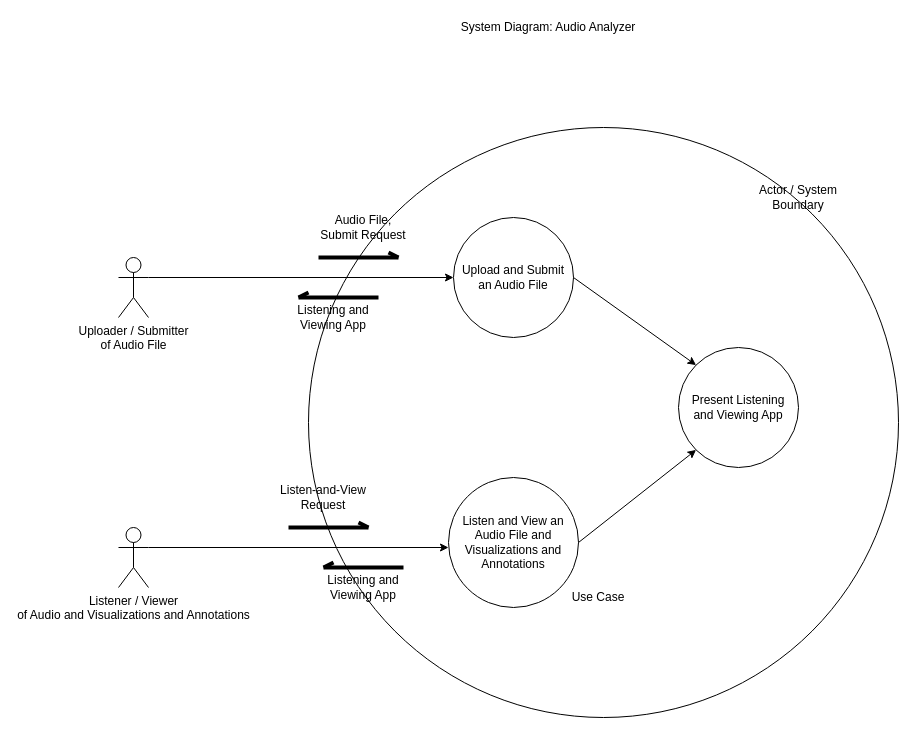
The draw.io diagram System_Diagram--Audio_Analyzer.drawio in tslever/Audio_Analyzer, before the edit. Source tidied: cells renumbered, new cells numbered last; positions are measured from the earlier drawing's top-left corner, leaving out a move shared by most shapes. Both pictures are drawn from the tidied source at 100%, with x=0, y=0 at pixel (118, 17).
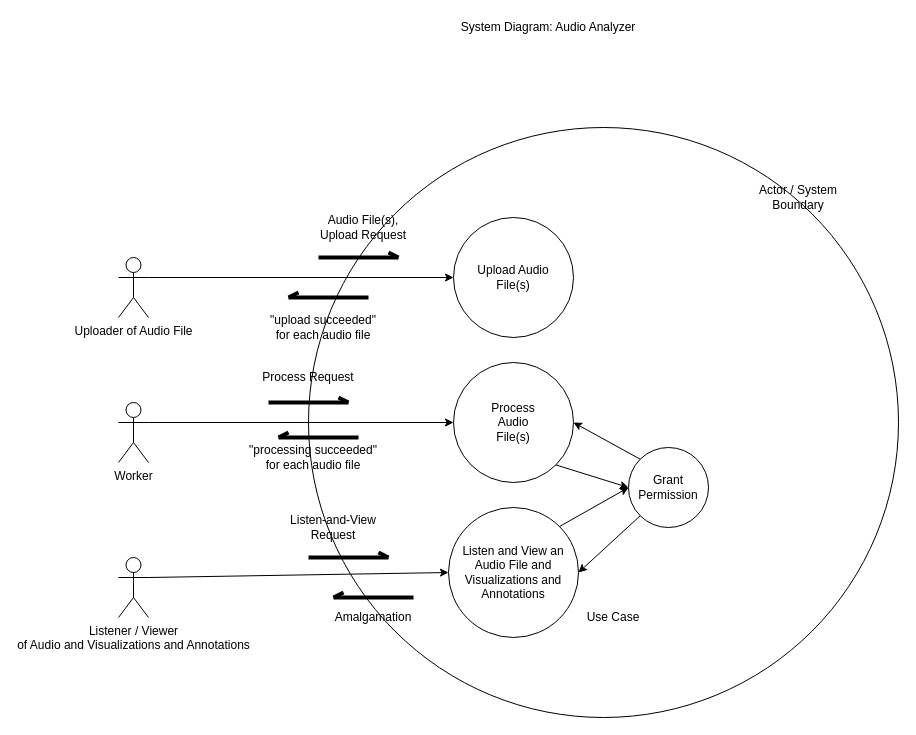
The same diagram, later.

Commit message:
Update System_Diagram

to include Uploader, Worker, and Listener / Viewer, inputs audio file(s) and requests, outputs status messages and amalgamation, use cases Upload, Process, and Listen / View, and sub-use-case Grant Permission

The change refers to these unchanged cells:
```xml
<mxCell id="9" style="ellipse;whiteSpace=wrap;html=1;" parent="1" vertex="1">
  <mxGeometry x="335" y="200" width="120" height="120" as="geometry" />
</mxCell>
```

Diff of the diagram source:
```diff
@@
-    <mxCell id="4" value="Uploader / Submitter&lt;br&gt;of Audio File" style="shape=umlActor;verticalLabelPosition=bottom;verticalAlign=top;html=1;outlineConnect=0;" parent="1" vertex="1">
+    <mxCell id="4" value="Uploader of Audio File" style="shape=umlActor;verticalLabelPosition=bottom;verticalAlign=top;html=1;outlineConnect=0;" parent="1" vertex="1">
       <mxGeometry y="240" width="30" height="60" as="geometry" />
     </mxCell>
@@
     <mxCell id="6" value="Listener / Viewer&lt;br&gt;of Audio and Visualizations and Annotations" style="shape=umlActor;verticalLabelPosition=bottom;verticalAlign=top;html=1;outlineConnect=0;" parent="1" vertex="1">
-      <mxGeometry y="510" width="30" height="60" as="geometry" />
+      <mxGeometry y="540" width="30" height="60" as="geometry" />
     </mxCell>
-    <mxCell id="7" style="endArrow=classic;html=1;exitX=1;exitY=0.3333333333333333;exitDx=0;exitDy=0;exitPerimeter=0;" parent="1" edge="1" source="6">
-      <mxGeometry relative="1" as="geometry">
-        <mxPoint x="330" y="530" as="targetPoint" />
-      </mxGeometry>
+    <mxCell id="7" style="endArrow=classic;html=1;exitX=1;exitY=0.3333333333333333;exitDx=0;exitDy=0;exitPerimeter=0;entryX=0;entryY=0.5;entryDx=0;entryDy=0;" parent="1" edge="1" source="6" target="11">
+      <mxGeometry relative="1" as="geometry" />
     </mxCell>
@@
-    <mxCell id="10" value="Upload and Submit an Audio File" style="text;html=1;strokeColor=none;fillColor=none;align=center;verticalAlign=middle;whiteSpace=wrap;rounded=0;" parent="1" vertex="1">
+    <mxCell id="10" value="Upload Audio File(s)" style="text;html=1;strokeColor=none;fillColor=none;align=center;verticalAlign=middle;whiteSpace=wrap;rounded=0;" parent="1" vertex="1">
       <mxGeometry x="340" y="250" width="110" height="20" as="geometry" />
     </mxCell>
     <mxCell id="11" style="ellipse;whiteSpace=wrap;html=1;" parent="1" vertex="1">
-      <mxGeometry x="330" y="460" width="130" height="130" as="geometry" />
+      <mxGeometry x="330" y="490" width="130" height="130" as="geometry" />
     </mxCell>
     <mxCell id="12" value="Listen and View an Audio File and Visualizations and Annotations" style="text;html=1;strokeColor=none;fillColor=none;align=center;verticalAlign=middle;whiteSpace=wrap;rounded=0;" parent="1" vertex="1">
-      <mxGeometry x="340" y="515" width="110" height="20" as="geometry" />
+      <mxGeometry x="340" y="545" width="110" height="20" as="geometry" />
     </mxCell>
-    <mxCell id="13" style="ellipse;whiteSpace=wrap;html=1;" parent="1" vertex="1">
-      <mxGeometry x="560" y="330" width="120" height="120" as="geometry" />
-    </mxCell>
-    <mxCell id="14" value="Present Listening and Viewing App" style="text;html=1;strokeColor=none;fillColor=none;align=center;verticalAlign=middle;whiteSpace=wrap;rounded=0;" parent="1" vertex="1">
-      <mxGeometry x="570" y="380" width="100" height="20" as="geometry" />
-    </mxCell>
-    <mxCell id="15" style="endArrow=classic;html=1;entryX=0;entryY=0;entryDx=0;entryDy=0;exitX=1;exitY=0.5;exitDx=0;exitDy=0;" parent="1" edge="1" source="9" target="13">
-      <mxGeometry relative="1" as="geometry" />
-    </mxCell>
-    <mxCell id="16" style="endArrow=classic;html=1;entryX=0;entryY=1;entryDx=0;entryDy=0;exitX=1;exitY=0.5;exitDx=0;exitDy=0;" parent="1" edge="1" source="11" target="13">
-      <mxGeometry relative="1" as="geometry" />
-    </mxCell>
-    <mxCell id="17" value="Audio File, Submit Request" style="text;html=1;strokeColor=none;fillColor=none;align=center;verticalAlign=middle;whiteSpace=wrap;rounded=0;" parent="1" vertex="1">
+    <mxCell id="17" value="Audio File(s), Upload Request" style="text;html=1;strokeColor=none;fillColor=none;align=center;verticalAlign=middle;whiteSpace=wrap;rounded=0;" parent="1" vertex="1">
       <mxGeometry x="200" y="200" width="90" height="20" as="geometry" />
     </mxCell>
@@
     <mxCell id="19" style="endArrow=none;html=1;endFill=0;strokeWidth=4;startArrow=openAsync;startFill=0;" parent="1" edge="1">
       <mxGeometry relative="1" as="geometry">
-        <mxPoint x="180" y="280" as="sourcePoint" />
-        <mxPoint x="260" y="280" as="targetPoint" />
+        <mxPoint x="170" y="280" as="sourcePoint" />
+        <mxPoint x="250" y="280" as="targetPoint" />
       </mxGeometry>
     </mxCell>
-    <mxCell id="20" value="Listening and Viewing App" style="text;html=1;strokeColor=none;fillColor=none;align=center;verticalAlign=middle;whiteSpace=wrap;rounded=0;" parent="1" vertex="1">
-      <mxGeometry x="170" y="290" width="90" height="20" as="geometry" />
+    <mxCell id="20" value="&quot;upload succeeded&quot; for each audio file" style="text;html=1;strokeColor=none;fillColor=none;align=center;verticalAlign=middle;whiteSpace=wrap;rounded=0;" parent="1" vertex="1">
+      <mxGeometry x="150" y="300" width="110" height="20" as="geometry" />
     </mxCell>
     <mxCell id="21" style="endArrow=openAsync;html=1;endFill=0;strokeWidth=4;" parent="1" edge="1">
       <mxGeometry relative="1" as="geometry">
-        <mxPoint x="170" y="510" as="sourcePoint" />
-        <mxPoint x="250" y="510" as="targetPoint" />
+        <mxPoint x="190" y="540" as="sourcePoint" />
+        <mxPoint x="270" y="540" as="targetPoint" />
       </mxGeometry>
     </mxCell>
     <mxCell id="22" value="Listen-and-View Request" style="text;html=1;strokeColor=none;fillColor=none;align=center;verticalAlign=middle;whiteSpace=wrap;rounded=0;" parent="1" vertex="1">
-      <mxGeometry x="160" y="470" width="90" height="20" as="geometry" />
+      <mxGeometry x="170" y="500" width="90" height="20" as="geometry" />
     </mxCell>
     <mxCell id="23" style="endArrow=none;html=1;endFill=0;strokeWidth=4;startArrow=openAsync;startFill=0;" parent="1" edge="1">
       <mxGeometry relative="1" as="geometry">
-        <mxPoint x="205" y="550" as="sourcePoint" />
-        <mxPoint x="285" y="550" as="targetPoint" />
+        <mxPoint x="215" y="580" as="sourcePoint" />
+        <mxPoint x="295" y="580" as="targetPoint" />
       </mxGeometry>
     </mxCell>
-    <mxCell id="24" value="Listening and Viewing App" style="text;html=1;strokeColor=none;fillColor=none;align=center;verticalAlign=middle;whiteSpace=wrap;rounded=0;" parent="1" vertex="1">
-      <mxGeometry x="200" y="560" width="90" height="20" as="geometry" />
+    <mxCell id="24" value="Amalgamation" style="text;html=1;strokeColor=none;fillColor=none;align=center;verticalAlign=middle;whiteSpace=wrap;rounded=0;" parent="1" vertex="1">
+      <mxGeometry x="210" y="590" width="90" height="20" as="geometry" />
     </mxCell>
     <mxCell id="25" value="Use Case" style="text;html=1;strokeColor=none;fillColor=none;align=center;verticalAlign=middle;whiteSpace=wrap;rounded=0;" parent="1" vertex="1">
-      <mxGeometry x="450" y="570" width="60" height="20" as="geometry" />
+      <mxGeometry x="465" y="590" width="60" height="20" as="geometry" />
     </mxCell>
+    <mxCell id="26" style="ellipse;whiteSpace=wrap;html=1;" parent="1" vertex="1">
+      <mxGeometry x="510" y="430" width="80" height="80" as="geometry" />
+    </mxCell>
+    <mxCell id="27" value="Grant Permission" style="text;html=1;strokeColor=none;fillColor=none;align=center;verticalAlign=middle;whiteSpace=wrap;rounded=0;" parent="1" vertex="1">
+      <mxGeometry x="530" y="460" width="40" height="20" as="geometry" />
+    </mxCell>
+    <mxCell id="28" value="Worker" style="shape=umlActor;verticalLabelPosition=bottom;verticalAlign=top;html=1;outlineConnect=0;" parent="1" vertex="1">
+      <mxGeometry y="385" width="30" height="60" as="geometry" />
+    </mxCell>
+    <mxCell id="29" style="ellipse;whiteSpace=wrap;html=1;" parent="1" vertex="1">
+      <mxGeometry x="335" y="345" width="120" height="120" as="geometry" />
+    </mxCell>
+    <mxCell id="30" style="endArrow=classic;html=1;exitX=1;exitY=0.3333333333333333;exitDx=0;exitDy=0;exitPerimeter=0;entryX=0;entryY=0.5;entryDx=0;entryDy=0;" parent="1" edge="1" source="28" target="29">
+      <mxGeometry relative="1" as="geometry" />
+    </mxCell>
+    <mxCell id="31" style="endArrow=openAsync;html=1;endFill=0;strokeWidth=4;" parent="1" edge="1">
+      <mxGeometry relative="1" as="geometry">
+        <mxPoint x="150" y="385" as="sourcePoint" />
+        <mxPoint x="230" y="385" as="targetPoint" />
+      </mxGeometry>
+    </mxCell>
+    <mxCell id="32" value="Process Request" style="text;html=1;strokeColor=none;fillColor=none;align=center;verticalAlign=middle;whiteSpace=wrap;rounded=0;" parent="1" vertex="1">
+      <mxGeometry x="140" y="350" width="100" height="20" as="geometry" />
+    </mxCell>
+    <mxCell id="33" style="endArrow=none;html=1;endFill=0;strokeWidth=4;startArrow=openAsync;startFill=0;" parent="1" edge="1">
+      <mxGeometry relative="1" as="geometry">
+        <mxPoint x="160" y="420" as="sourcePoint" />
+        <mxPoint x="240" y="420" as="targetPoint" />
+      </mxGeometry>
+    </mxCell>
+    <mxCell id="34" value="&quot;processing succeeded&quot; for each audio file" style="text;html=1;strokeColor=none;fillColor=none;align=center;verticalAlign=middle;whiteSpace=wrap;rounded=0;" parent="1" vertex="1">
+      <mxGeometry x="130" y="430" width="130" height="20" as="geometry" />
+    </mxCell>
+    <mxCell id="35" value="Process Audio File(s)" style="text;html=1;strokeColor=none;fillColor=none;align=center;verticalAlign=middle;whiteSpace=wrap;rounded=0;" parent="1" vertex="1">
+      <mxGeometry x="375" y="395" width="40" height="20" as="geometry" />
+    </mxCell>
+    <mxCell id="36" style="endArrow=classic;html=1;exitX=1;exitY=1;exitDx=0;exitDy=0;entryX=0;entryY=0.5;entryDx=0;entryDy=0;" parent="1" edge="1" source="29" target="26">
+      <mxGeometry relative="1" as="geometry" />
+    </mxCell>
+    <mxCell id="37" style="endArrow=classic;html=1;entryX=1;entryY=0.5;entryDx=0;entryDy=0;exitX=0;exitY=0;exitDx=0;exitDy=0;" parent="1" edge="1" source="26" target="29">
+      <mxGeometry relative="1" as="geometry" />
+    </mxCell>
+    <mxCell id="38" style="endArrow=classic;html=1;entryX=0;entryY=0.5;entryDx=0;entryDy=0;exitX=1;exitY=0;exitDx=0;exitDy=0;" parent="1" edge="1" source="11" target="26">
+      <mxGeometry relative="1" as="geometry" />
+    </mxCell>
+    <mxCell id="39" style="endArrow=classic;html=1;exitX=0;exitY=1;exitDx=0;exitDy=0;entryX=1;entryY=0.5;entryDx=0;entryDy=0;" parent="1" edge="1" source="26" target="11">
+      <mxGeometry relative="1" as="geometry" />
+    </mxCell>
```
